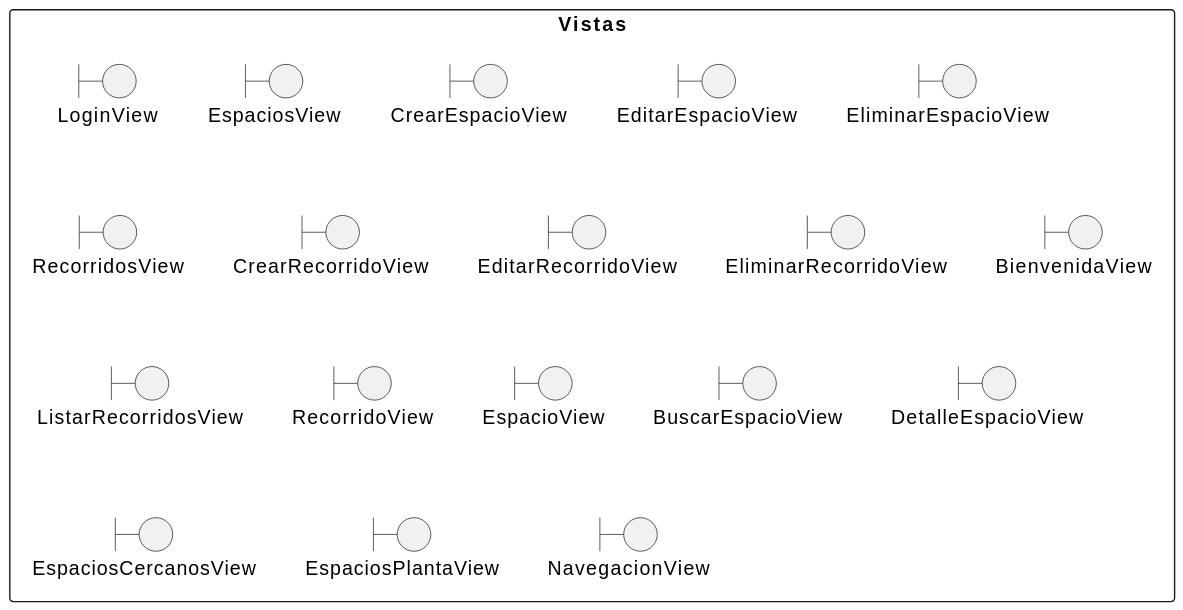
mmasias/25-26-idsw2-sdVC keeps this PlantUML diagram as images/01-análisis/MVC/vistas.svg. Above is the earlier version.
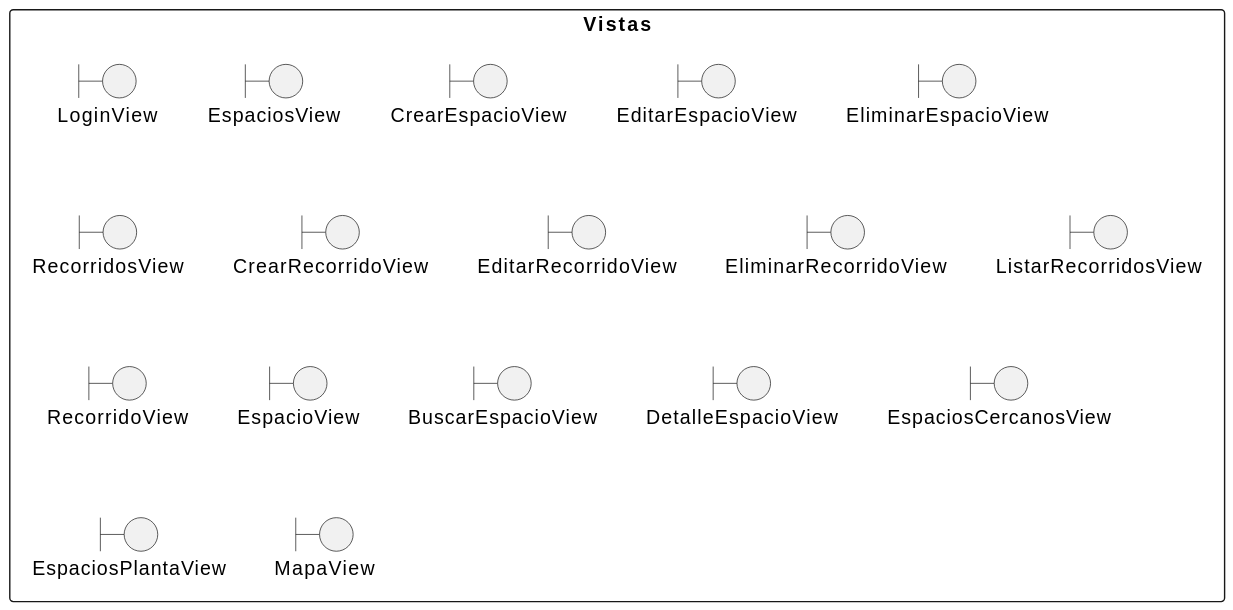
After the change.

Diff of the diagram source:
```diff
@@ -9,8 +9,7 @@
     ArrowColor #333333
 }
 
-package "Vistas" as Vistas {
-
+package "Vistas"{
 
     boundary "LoginView"
     boundary "EspaciosView"
@@ -23,7 +22,6 @@
     boundary "EditarRecorridoView"
     boundary "EliminarRecorridoView"
 
-    boundary "BienvenidaView"
     boundary "ListarRecorridosView"
     boundary "RecorridoView"
     boundary "EspacioView"
@@ -31,7 +29,7 @@
     boundary "DetalleEspacioView"
     boundary "EspaciosCercanosView"
     boundary "EspaciosPlantaView"
-    boundary "NavegacionView"
+    boundary "MapaView"
 
 }
 @enduml
```
